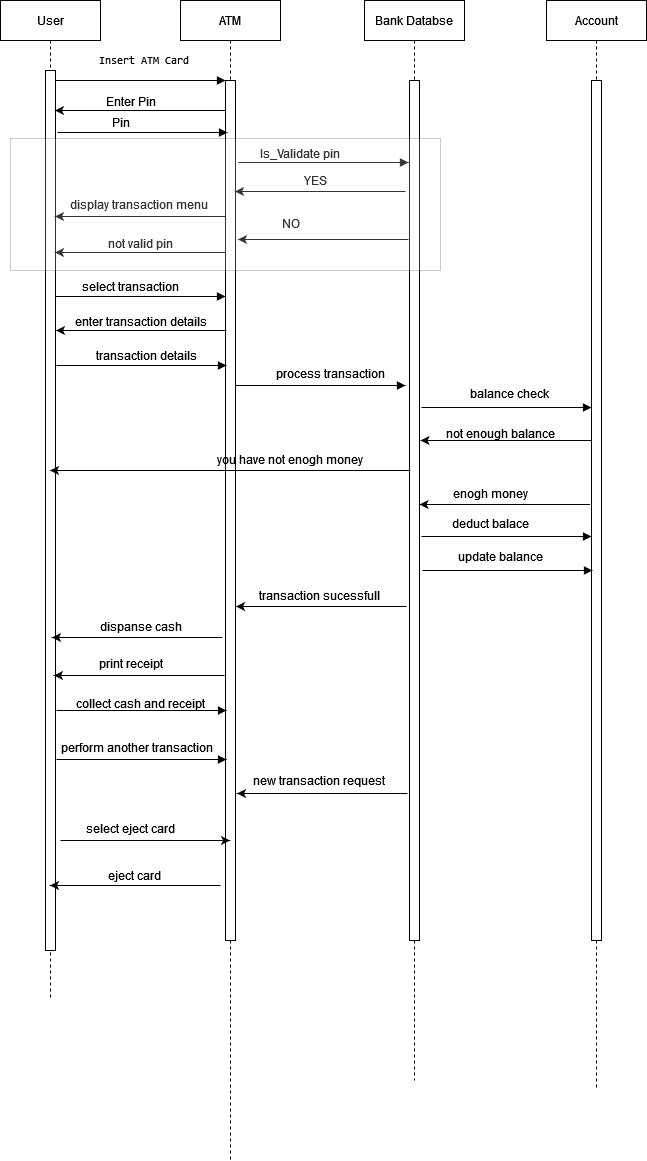
Above: classAssignment/atm_seq.png in Ankar-Kumar/ood (draw.io), before the change. Source tidied: cells renumbered, new cells last; positions are measured from the earlier drawing's top-left corner, leaving out a move shared by most shapes.
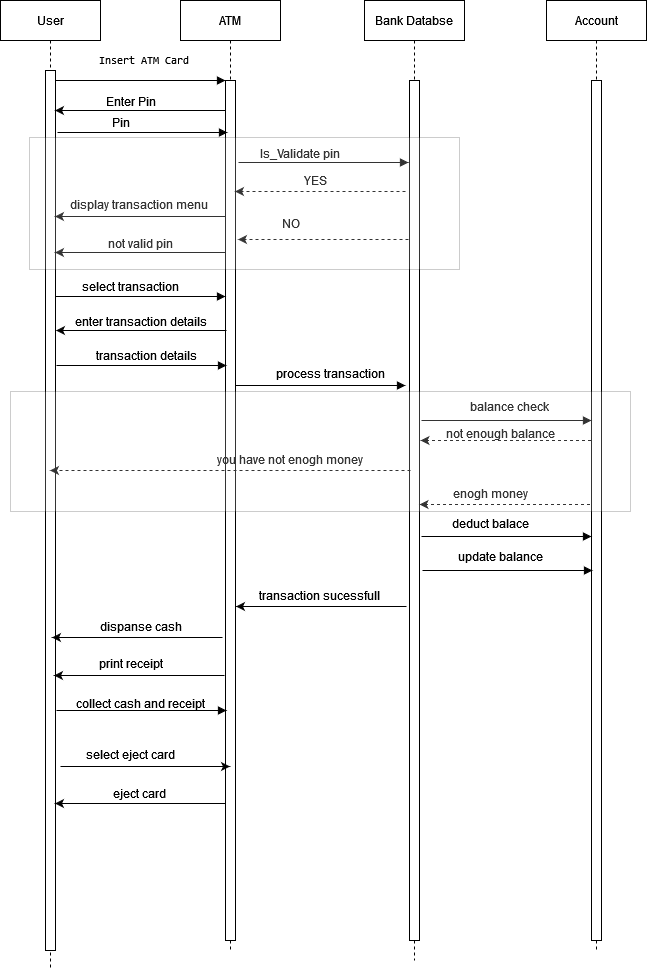
The same file after the commit.

Commit message:
Atm sequence diagram change

Diff of the diagram source:
```diff
@@ -3,13 +3,13 @@
     <mxCell id="0" />
     <mxCell id="1" parent="0" />
     <mxCell id="2" value="User" style="shape=umlLifeline;perimeter=lifelinePerimeter;whiteSpace=wrap;html=1;outlineConnect=0;portConstraint=eastwest;newEdgeStyle={&quot;edgeStyle&quot;:&quot;elbowEdgeStyle&quot;,&quot;elbow&quot;:&quot;vertical&quot;,&quot;curved&quot;:0,&quot;rounded&quot;:0};" parent="1" vertex="1">
-      <mxGeometry width="100" height="1000" as="geometry" />
+      <mxGeometry width="100" height="970" as="geometry" />
     </mxCell>
     <mxCell id="3" style="html=1;points=[];perimeter=orthogonalPerimeter;outlineConnect=0;targetShapes=umlLifeline;portConstraint=eastwest;newEdgeStyle={&quot;edgeStyle&quot;:&quot;elbowEdgeStyle&quot;,&quot;elbow&quot;:&quot;vertical&quot;,&quot;curved&quot;:0,&quot;rounded&quot;:0};" parent="2" vertex="1">
       <mxGeometry x="45" y="70" width="10" height="880" as="geometry" />
     </mxCell>
     <mxCell id="4" value="ATM" style="shape=umlLifeline;perimeter=lifelinePerimeter;whiteSpace=wrap;html=1;outlineConnect=0;portConstraint=eastwest;newEdgeStyle={&quot;edgeStyle&quot;:&quot;elbowEdgeStyle&quot;,&quot;elbow&quot;:&quot;vertical&quot;,&quot;curved&quot;:0,&quot;rounded&quot;:0};" parent="1" vertex="1">
-      <mxGeometry x="180" width="100" height="1160" as="geometry" />
+      <mxGeometry x="180" width="100" height="950" as="geometry" />
     </mxCell>
     <mxCell id="5" style="html=1;points=[];perimeter=orthogonalPerimeter;outlineConnect=0;targetShapes=umlLifeline;portConstraint=eastwest;newEdgeStyle={&quot;edgeStyle&quot;:&quot;elbowEdgeStyle&quot;,&quot;elbow&quot;:&quot;vertical&quot;,&quot;curved&quot;:0,&quot;rounded&quot;:0};" parent="4" vertex="1">
       <mxGeometry x="45" y="80" width="10" height="860" as="geometry" />
@@ -22,13 +22,13 @@
       </mxGeometry>
     </mxCell>
     <mxCell id="7" value="Bank Databse" style="shape=umlLifeline;perimeter=lifelinePerimeter;whiteSpace=wrap;html=1;newEdgeStyle={&quot;edgeStyle&quot;:&quot;elbowEdgeStyle&quot;,&quot;elbow&quot;:&quot;vertical&quot;,&quot;curved&quot;:0,&quot;rounded&quot;:0};" parent="1" vertex="1">
-      <mxGeometry x="364" width="100" height="1080" as="geometry" />
+      <mxGeometry x="364" width="100" height="960" as="geometry" />
     </mxCell>
     <mxCell id="8" style="html=1;perimeter=orthogonalPerimeter;targetShapes=umlLifeline;newEdgeStyle={&quot;edgeStyle&quot;:&quot;elbowEdgeStyle&quot;,&quot;elbow&quot;:&quot;vertical&quot;,&quot;curved&quot;:0,&quot;rounded&quot;:0};" parent="7" vertex="1">
       <mxGeometry x="45" y="80" width="10" height="860" as="geometry" />
     </mxCell>
     <mxCell id="9" value="Account" style="shape=umlLifeline;perimeter=lifelinePerimeter;whiteSpace=wrap;html=1;newEdgeStyle={&quot;edgeStyle&quot;:&quot;elbowEdgeStyle&quot;,&quot;elbow&quot;:&quot;vertical&quot;,&quot;curved&quot;:0,&quot;rounded&quot;:0};" parent="1" vertex="1">
-      <mxGeometry x="546" width="100" height="1090" as="geometry" />
+      <mxGeometry x="546" width="100" height="950" as="geometry" />
     </mxCell>
     <mxCell id="10" style="html=1;perimeter=orthogonalPerimeter;targetShapes=umlLifeline;newEdgeStyle={&quot;edgeStyle&quot;:&quot;elbowEdgeStyle&quot;,&quot;elbow&quot;:&quot;vertical&quot;,&quot;curved&quot;:0,&quot;rounded&quot;:0};" parent="9" vertex="1">
       <mxGeometry x="45" y="80" width="10" height="860" as="geometry" />
@@ -66,7 +66,7 @@
     <mxCell id="16" value="Is_Validate pin" style="text;html=1;align=center;verticalAlign=middle;strokeColor=none;fillColor=none;" parent="1" vertex="1">
       <mxGeometry x="249" y="138" width="100" height="30" as="geometry" />
     </mxCell>
-    <mxCell id="17" style="endArrow=classic;html=1;rounded=0;" parent="1" edge="1">
+    <mxCell id="17" style="endArrow=classic;html=1;rounded=0;dashed=1;" parent="1" edge="1">
       <mxGeometry relative="1" as="geometry">
         <mxPoint x="405" y="191" as="sourcePoint" />
         <mxPoint x="234.5" y="191" as="targetPoint" />
@@ -96,7 +96,7 @@
     <mxCell id="22" value="select transaction" style="text;html=1;align=center;verticalAlign=middle;strokeColor=none;fillColor=none;" parent="1" vertex="1">
       <mxGeometry x="70" y="271" width="120" height="30" as="geometry" />
     </mxCell>
-    <mxCell id="23" style="endArrow=classic;html=1;rounded=0;" parent="1" edge="1">
+    <mxCell id="23" style="endArrow=classic;html=1;rounded=0;dashed=1;" parent="1" edge="1">
       <mxGeometry relative="1" as="geometry">
         <mxPoint x="408" y="239" as="sourcePoint" />
         <mxPoint x="237.5" y="239" as="targetPoint" />
@@ -126,19 +126,13 @@
         <mxPoint x="53.5" y="675" as="targetPoint" />
       </mxGeometry>
     </mxCell>
-    <mxCell id="29" style="endArrow=classic;html=1;rounded=0;" parent="1" edge="1">
-      <mxGeometry relative="1" as="geometry">
-        <mxPoint x="407" y="793" as="sourcePoint" />
-        <mxPoint x="236.5" y="793" as="targetPoint" />
-      </mxGeometry>
-    </mxCell>
     <mxCell id="30" style="endArrow=classic;html=1;rounded=0;" parent="1" edge="1">
       <mxGeometry relative="1" as="geometry">
         <mxPoint x="406" y="606" as="sourcePoint" />
         <mxPoint x="235.5" y="606" as="targetPoint" />
       </mxGeometry>
     </mxCell>
-    <mxCell id="31" style="endArrow=classic;html=1;rounded=0;" parent="1" edge="1">
+    <mxCell id="31" style="endArrow=classic;html=1;rounded=0;dashed=1;" parent="1" edge="1">
       <mxGeometry relative="1" as="geometry">
         <mxPoint x="590.5" y="440" as="sourcePoint" />
         <mxPoint x="420" y="440" as="targetPoint" />
@@ -197,20 +191,20 @@
     </mxCell>
     <mxCell id="40" style="html=1;verticalAlign=bottom;endArrow=block;edgeStyle=elbowEdgeStyle;elbow=vertical;curved=0;rounded=0;" parent="1" edge="1">
       <mxGeometry relative="1" as="geometry">
-        <mxPoint x="421" y="407" as="sourcePoint" />
-        <mxPoint x="591" y="407" as="targetPoint" />
+        <mxPoint x="421" y="420" as="sourcePoint" />
+        <mxPoint x="591" y="420" as="targetPoint" />
         <Array as="points">
-          <mxPoint x="506" y="407" />
+          <mxPoint x="506" y="420" />
         </Array>
       </mxGeometry>
     </mxCell>
     <mxCell id="41" value="balance check" style="text;html=1;align=center;verticalAlign=middle;strokeColor=none;fillColor=none;" parent="1" vertex="1">
-      <mxGeometry x="459" y="378" width="100" height="30" as="geometry" />
+      <mxGeometry x="459" y="391" width="100" height="30" as="geometry" />
     </mxCell>
     <mxCell id="42" value="not enough balance" style="text;html=1;align=center;verticalAlign=middle;strokeColor=none;fillColor=none;" parent="1" vertex="1">
       <mxGeometry x="435" y="418" width="130" height="30" as="geometry" />
     </mxCell>
-    <mxCell id="43" style="endArrow=classic;html=1;rounded=0;" parent="1" edge="1" target="2">
+    <mxCell id="43" style="endArrow=classic;html=1;rounded=0;dashed=1;" parent="1" edge="1" target="2">
       <mxGeometry relative="1" as="geometry">
         <mxPoint x="410" y="470" as="sourcePoint" />
       </mxGeometry>
@@ -218,7 +212,7 @@
     <mxCell id="44" value="you have not enogh money" style="text;html=1;align=center;verticalAlign=middle;strokeColor=none;fillColor=none;" parent="1" vertex="1">
       <mxGeometry x="204" y="444" width="170" height="30" as="geometry" />
     </mxCell>
-    <mxCell id="45" style="endArrow=classic;html=1;rounded=0;" parent="1" edge="1">
+    <mxCell id="45" style="endArrow=classic;html=1;rounded=0;dashed=1;" parent="1" edge="1">
       <mxGeometry relative="1" as="geometry">
         <mxPoint x="589.5" y="504" as="sourcePoint" />
         <mxPoint x="419" y="504" as="targetPoint" />
@@ -227,15 +221,6 @@
     <mxCell id="46" value="enogh money" style="text;html=1;align=center;verticalAlign=middle;strokeColor=none;fillColor=none;" parent="1" vertex="1">
       <mxGeometry x="440" y="478" width="100" height="30" as="geometry" />
     </mxCell>
-    <mxCell id="47" style="html=1;verticalAlign=bottom;endArrow=block;edgeStyle=elbowEdgeStyle;elbow=vertical;curved=0;rounded=0;" parent="1" edge="1">
-      <mxGeometry relative="1" as="geometry">
-        <mxPoint x="56" y="759" as="sourcePoint" />
-        <mxPoint x="226" y="759" as="targetPoint" />
-        <Array as="points">
-          <mxPoint x="141" y="759" />
-        </Array>
-      </mxGeometry>
-    </mxCell>
     <mxCell id="48" value="deduct balace" style="text;html=1;align=center;verticalAlign=middle;strokeColor=none;fillColor=none;" parent="1" vertex="1">
       <mxGeometry x="440" y="508" width="100" height="30" as="geometry" />
     </mxCell>
@@ -263,31 +248,29 @@
     <mxCell id="54" value="collect cash and receipt" style="text;html=1;align=center;verticalAlign=middle;strokeColor=none;fillColor=none;" parent="1" vertex="1">
       <mxGeometry x="65" y="688" width="150" height="30" as="geometry" />
     </mxCell>
-    <mxCell id="55" value="perform another transaction" style="text;html=1;align=center;verticalAlign=middle;strokeColor=none;fillColor=none;" parent="1" vertex="1">
-      <mxGeometry x="46" y="732" width="180" height="30" as="geometry" />
-    </mxCell>
-    <mxCell id="56" value="new transaction request" style="text;html=1;align=center;verticalAlign=middle;strokeColor=none;fillColor=none;" parent="1" vertex="1">
-      <mxGeometry x="238" y="765" width="160" height="30" as="geometry" />
-    </mxCell>
     <mxCell id="57" style="endArrow=classic;html=1;rounded=0;" parent="1" edge="1">
       <mxGeometry relative="1" as="geometry">
-        <mxPoint x="220" y="885" as="sourcePoint" />
-        <mxPoint x="49.5" y="885" as="targetPoint" />
+        <mxPoint x="225" y="803" as="sourcePoint" />
+        <mxPoint x="54.5" y="803" as="targetPoint" />
       </mxGeometry>
     </mxCell>
     <mxCell id="58" value="eject card" style="text;html=1;align=center;verticalAlign=middle;strokeColor=none;fillColor=none;" parent="1" vertex="1">
-      <mxGeometry x="94" y="860" width="80" height="30" as="geometry" />
+      <mxGeometry x="99" y="778" width="80" height="30" as="geometry" />
     </mxCell>
-    <mxCell id="59" style="endArrow=classic;html=1;rounded=0;" parent="1" edge="1" target="4">
+    <mxCell id="59" style="endArrow=classic;html=1;rounded=0;" parent="1" edge="1">
       <mxGeometry relative="1" as="geometry">
-        <mxPoint x="60" y="840" as="sourcePoint" />
+        <mxPoint x="60" y="766" as="sourcePoint" />
+        <mxPoint x="229.5" y="766" as="targetPoint" />
       </mxGeometry>
     </mxCell>
     <mxCell id="60" value="select eject card" style="text;html=1;align=center;verticalAlign=middle;strokeColor=none;fillColor=none;" parent="1" vertex="1">
-      <mxGeometry x="75" y="813" width="110" height="30" as="geometry" />
+      <mxGeometry x="75" y="739" width="110" height="30" as="geometry" />
     </mxCell>
     <mxCell id="61" style="whiteSpace=wrap;html=1;align=center;newEdgeStyle={&quot;edgeStyle&quot;:&quot;elbowEdgeStyle&quot;,&quot;startArrow&quot;:&quot;none&quot;,&quot;endArrow&quot;:&quot;none&quot;};opacity=20;" parent="1" vertex="1">
-      <mxGeometry x="10" y="138" width="430" height="132" as="geometry" />
+      <mxGeometry x="29" y="137" width="430" height="132" as="geometry" />
     </mxCell>
+    <mxCell id="62" style="rounded=0;whiteSpace=wrap;html=1;opacity=20;" parent="1" vertex="1">
+      <mxGeometry x="10" y="391" width="620" height="120" as="geometry" />
+    </mxCell>
   </root>
 </mxGraphModel>
```
